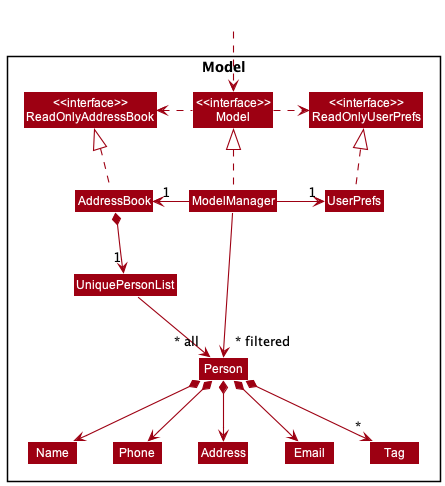
This is docs/images/ModelClassDiagram.png from nus-cs2103-AY2223S2/tp, a PlantUML export, as it was before one commit.
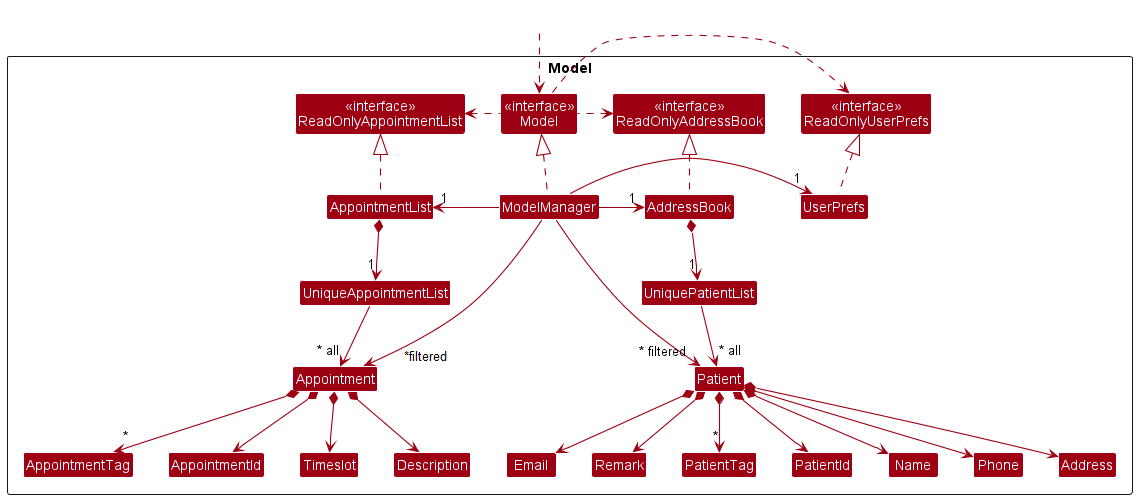
After the commit.

Commit message:
Add find command to DG, update model and storage diagrams

What changed in the source:
```diff
@@ -6,45 +6,75 @@
 
 Package Model <<Rectangle>>{
 Class "<<interface>>\nReadOnlyAddressBook" as ReadOnlyAddressBook
+Class "<<interface>>\nReadOnlyAppointmentList" as ReadOnlyAppointmentList
 Class "<<interface>>\nReadOnlyUserPrefs" as ReadOnlyUserPrefs
-Class "<<interface>>\nModel" as Model
+Class "<<interface>>\nModel" as iModel
+Class AppointmentList
 Class AddressBook
 Class ModelManager
 Class UserPrefs
 
-Class UniquePersonList
-Class Person
+Class UniqueAppointmentList
+Class Appointment
+Class AppointmentId
+Class Timeslot
+Class Description
+Class AppointmentTag
+
+Class UniquePatientList
+Class Patient
+Class PatientId
 Class Address
 Class Email
 Class Name
 Class Phone
-Class Tag
+Class PatientTag
+Class Remark
 
 }
 
 Class HiddenOutside #FFFFFF
-HiddenOutside ..> Model
+HiddenOutside ..> iModel
 
+AppointmentList .up.|> ReadOnlyAppointmentList
 AddressBook .up.|> ReadOnlyAddressBook
 
-ModelManager .up.|> Model
-Model .right.> ReadOnlyUserPrefs
-Model .left.> ReadOnlyAddressBook
+ModelManager .up.|> iModel
+iModel .right.> ReadOnlyUserPrefs
+iModel .left.> ReadOnlyAddressBook
+iModel .left.> ReadOnlyAppointmentList
+ModelManager -left-> "1" AppointmentList
 ModelManager -left-> "1" AddressBook
 ModelManager -right-> "1" UserPrefs
 UserPrefs .up.|> ReadOnlyUserPrefs
 
-AddressBook *--> "1" UniquePersonList
-UniquePersonList --> "~* all" Person
-Person *--> Name
-Person *--> Phone
-Person *--> Email
-Person *--> Address
-Person *--> "*" Tag
+AppointmentList *--> "1" UniqueAppointmentList
+UniqueAppointmentList --> "~* all" Appointment
+Appointment *--> AppointmentId
+Appointment *--> Timeslot
+Appointment *--> Description
+Appointment *--> "*" AppointmentTag
 
+AddressBook *--> "1" UniquePatientList
+UniquePatientList --> "~* all" Patient
+Patient *--> PatientId
+Patient *--> Name
+Patient *--> Phone
+Patient *--> Email
+Patient *--> Address
+Patient *--> Remark
+Patient *--> "*" PatientTag
+
+AppointmentId -[hidden]right-> Timeslot
+Timeslot -[hidden]right-> Description
+Description -[hidden]right-> AppointmentTag
+AppointmentTag -[hidden]right-> PatientId
+PatientId -[hidden]right-> Name
 Name -[hidden]right-> Phone
 Phone -[hidden]right-> Address
 Address -[hidden]right-> Email
+Email -[hidden]right-> PatientTag
 
-ModelManager -->"~* filtered" Person
+ModelManager -->"~* filtered" Patient
+ModelManager --> Appointment
 @enduml
```
